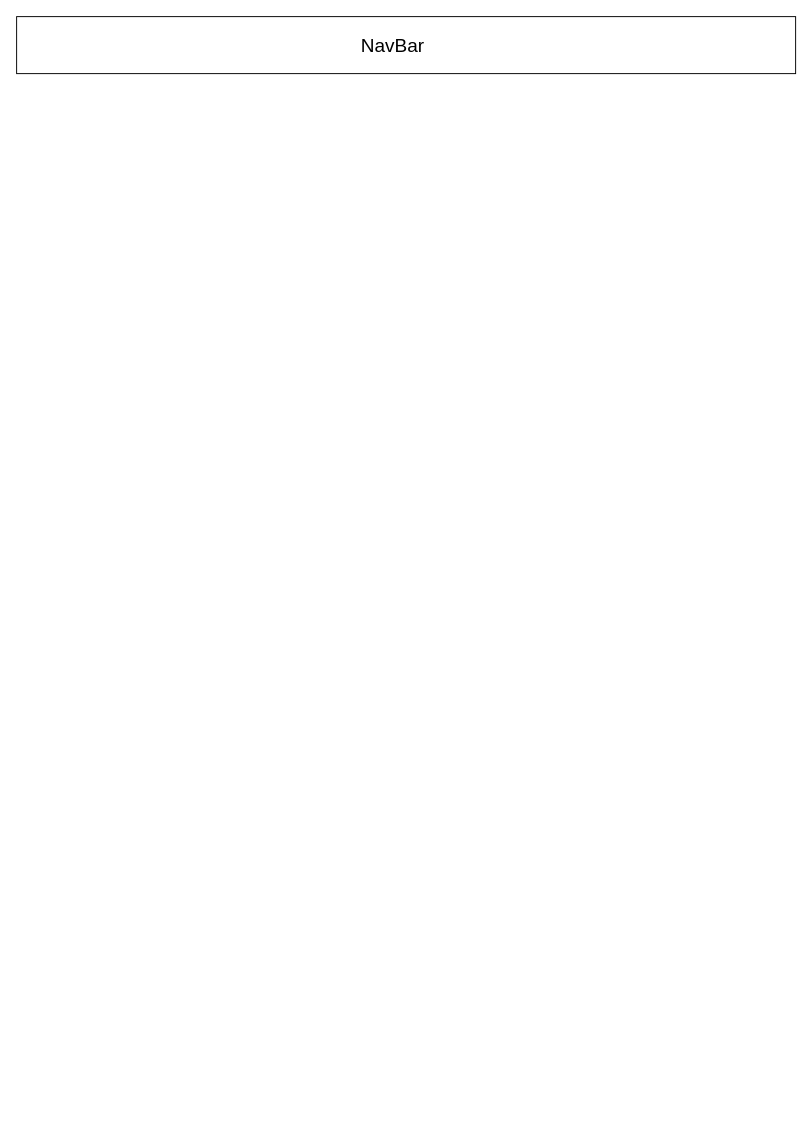
svolokitin/assoleworms keeps this draw.io diagram as Диаграмма без названия.drawio. Above is the earlier version. Source tidied: cells renumbered, new cells numbered last; positions are measured from the earlier drawing's top-left corner, leaving out a move shared by most shapes. Both pictures are drawn from the tidied source at 95%, with x=0, y=0 at pixel (16, 16).
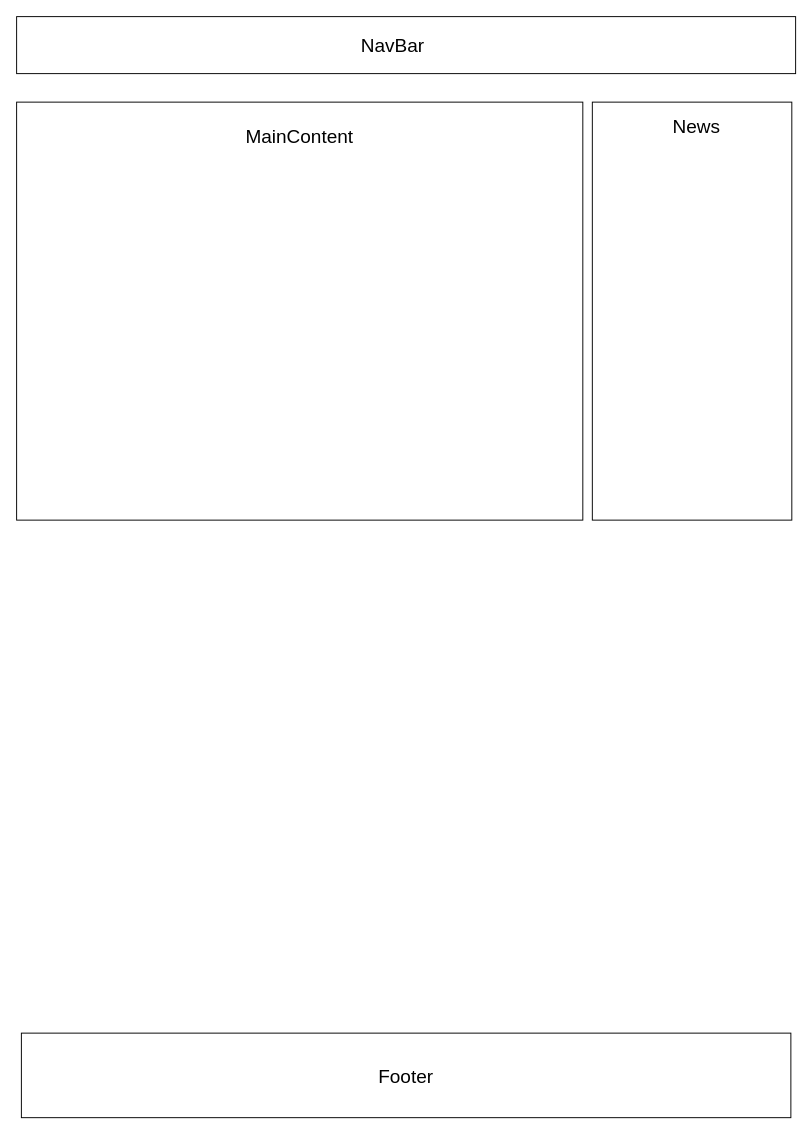
The same diagram, later.

The edit, as a diff of the source:
```diff
@@
 <mxGraphModel>
   <root>
     <mxCell id="0" />
     <mxCell id="1" parent="0" />
     <mxCell id="2" style="rounded=0;whiteSpace=wrap;html=1;" parent="1" vertex="1">
       <mxGeometry width="820" height="60" as="geometry" />
     </mxCell>
     <mxCell id="3" value="&lt;span style=&quot;font-size: 20px;&quot;&gt;NavBar&lt;br&gt;&lt;/span&gt;" style="text;html=1;strokeColor=none;fillColor=none;align=center;verticalAlign=middle;whiteSpace=wrap;rounded=0;" parent="1" vertex="1">
       <mxGeometry x="366" y="15" width="60" height="30" as="geometry" />
     </mxCell>
+    <mxCell id="4" style="rounded=0;whiteSpace=wrap;html=1;" parent="1" vertex="1">
+      <mxGeometry y="90" width="596" height="440" as="geometry" />
+    </mxCell>
+    <mxCell id="5" value="&lt;font style=&quot;font-size: 20px;&quot;&gt;MainContent&lt;br&gt;&lt;/font&gt;" style="text;html=1;strokeColor=none;fillColor=none;align=center;verticalAlign=middle;whiteSpace=wrap;rounded=0;" parent="1" vertex="1">
+      <mxGeometry x="268" y="110" width="60" height="30" as="geometry" />
+    </mxCell>
+    <mxCell id="6" style="rounded=0;whiteSpace=wrap;html=1;" parent="1" vertex="1">
+      <mxGeometry x="606" y="90" width="210" height="440" as="geometry" />
+    </mxCell>
+    <mxCell id="7" value="&lt;font style=&quot;font-size: 20px;&quot;&gt;News&lt;/font&gt;" style="text;html=1;strokeColor=none;fillColor=none;align=center;verticalAlign=middle;whiteSpace=wrap;rounded=0;strokeWidth=11;" parent="1" vertex="1">
+      <mxGeometry x="686" y="100" width="60" height="30" as="geometry" />
+    </mxCell>
+    <mxCell id="8" style="rounded=0;whiteSpace=wrap;html=1;" parent="1" vertex="1">
+      <mxGeometry x="5" y="1070" width="810" height="89" as="geometry" />
+    </mxCell>
+    <mxCell id="9" value="&lt;span style=&quot;font-size: 20px;&quot;&gt;Footer&lt;br&gt;&lt;/span&gt;" style="text;html=1;strokeColor=none;fillColor=none;align=center;verticalAlign=middle;whiteSpace=wrap;rounded=0;" parent="1" vertex="1">
+      <mxGeometry x="380" y="1099.5" width="60" height="30" as="geometry" />
+    </mxCell>
   </root>
 </mxGraphModel>
```
